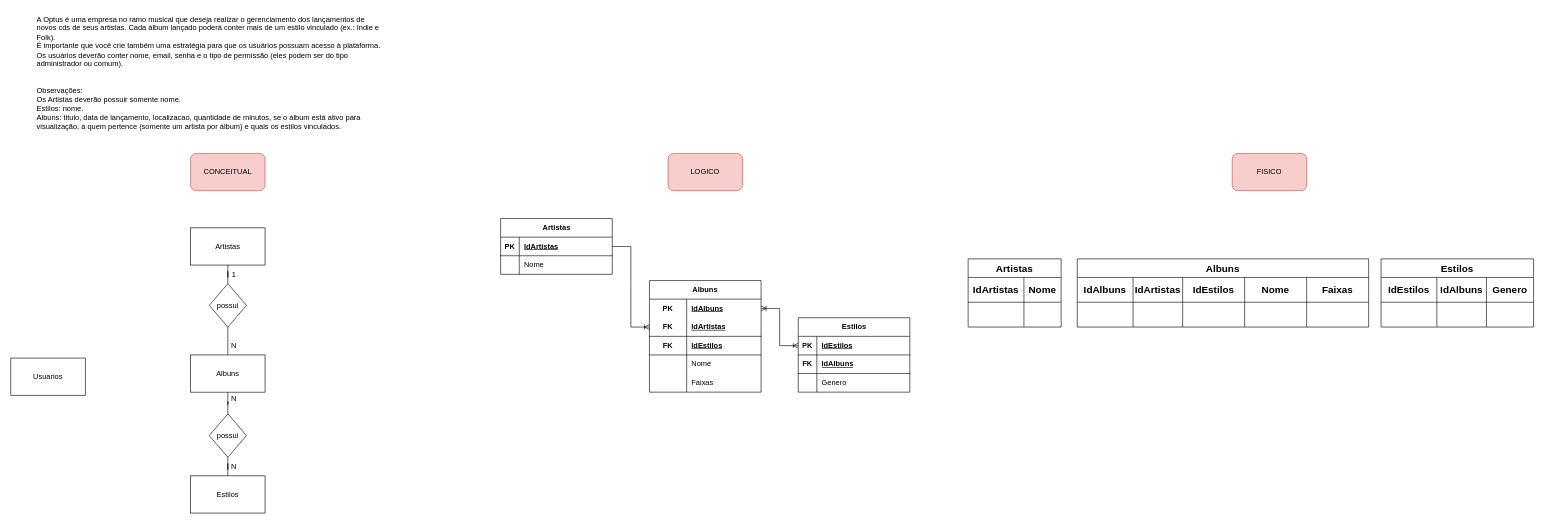
prgfe/senai_sprint1_bd keeps this draw.io diagram as 1.4_optus/1.4.drawio. Above is the earlier version. Source tidied: cells renumbered, new cells numbered last; positions are measured from the earlier drawing's top-left corner, leaving out a move shared by most shapes. Both pictures are drawn from the tidied source at 62%, with x=0, y=0 at pixel (11, 11).
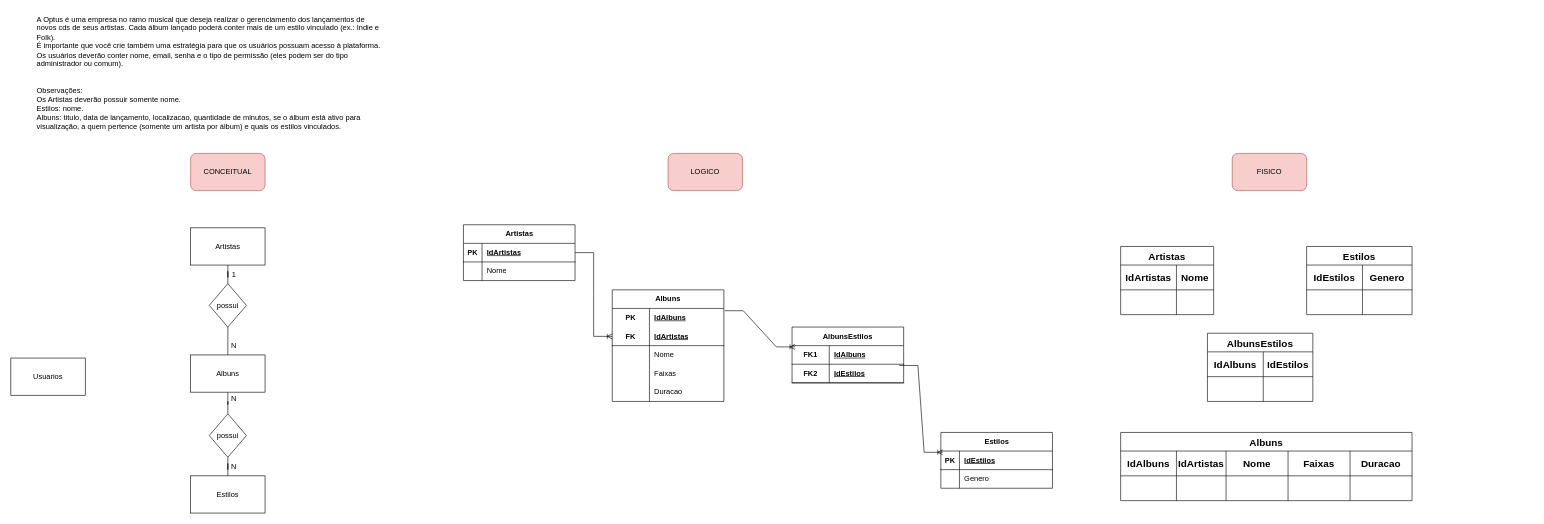
After the change.

The change refers to these unchanged cells:
```xml
<mxCell id="28" style="shape=tableRow;horizontal=0;startSize=0;swimlaneHead=0;swimlaneBody=0;fillColor=none;points=[[0,0.5],[1,0.5]];portConstraint=eastwest;top=0;left=0;right=0;bottom=0;html=1;" parent="27" vertex="1">
  <mxGeometry y="30" width="180" height="30" as="geometry" />
</mxCell>
<mxCell id="44" style="shape=tableRow;horizontal=0;startSize=0;swimlaneHead=0;swimlaneBody=0;fillColor=none;points=[[0,0.5],[1,0.5]];portConstraint=eastwest;top=0;left=0;right=0;bottom=1;" parent="43" vertex="1">
  <mxGeometry y="30" width="180" height="30" as="geometry" />
</mxCell>
<mxCell id="63" style="shape=tableRow;horizontal=0;startSize=0;swimlaneHead=0;swimlaneBody=0;strokeColor=inherit;top=0;left=0;bottom=0;right=0;fillColor=none;fontSize=16;" parent="62" vertex="1">
  <mxGeometry y="30" width="470" height="40" as="geometry" />
</mxCell>
```

Change to the diagram source:
```diff
@@
     <mxCell id="20" value="Artistas" style="shape=table;startSize=30;childLayout=tableLayout;rowLines=0;fontStyle=1;align=center;html=1;" parent="1" vertex="1">
-      <mxGeometry x="790" y="335" width="180" height="90" as="geometry" />
+      <mxGeometry x="730" y="345" width="180" height="90" as="geometry" />
     </mxCell>
@@
     <mxCell id="27" value="Albuns" style="shape=table;startSize=30;childLayout=tableLayout;rowLines=0;fontStyle=1;align=center;html=1;whiteSpace=wrap;" parent="1" vertex="1">
-      <mxGeometry x="1030" y="435" width="180" height="180" as="geometry" />
+      <mxGeometry x="970" y="450" width="180" height="180" as="geometry" />
     </mxCell>
@@
-    <mxCell id="34" style="shape=tableRow;horizontal=0;startSize=0;swimlaneHead=0;swimlaneBody=0;fillColor=none;top=0;left=0;right=0;bottom=1;html=1;" parent="27" vertex="1">
-      <mxGeometry y="90" width="180" height="30" as="geometry" />
-    </mxCell>
-    <mxCell id="35" value="FK" style="shape=partialRectangle;fillColor=none;top=0;left=0;bottom=0;right=0;fontStyle=1;overflow=hidden;html=1;whiteSpace=wrap;" parent="34" vertex="1">
-      <mxGeometry width="60" height="30" as="geometry" />
-    </mxCell>
-    <mxCell id="36" value="IdEstilos" style="shape=partialRectangle;fillColor=none;top=0;left=0;bottom=0;right=0;align=left;spacingLeft=6;fontStyle=5;overflow=hidden;html=1;whiteSpace=wrap;" parent="34" vertex="1">
-      <mxGeometry x="60" width="120" height="30" as="geometry" />
-    </mxCell>
     <mxCell id="37" style="shape=tableRow;horizontal=0;startSize=0;swimlaneHead=0;swimlaneBody=0;fillColor=none;top=0;left=0;right=0;bottom=0;html=1;" parent="27" vertex="1">
-      <mxGeometry y="120" width="180" height="30" as="geometry" />
+      <mxGeometry y="90" width="180" height="30" as="geometry" />
     </mxCell>
@@
     <mxCell id="40" style="shape=tableRow;horizontal=0;startSize=0;swimlaneHead=0;swimlaneBody=0;fillColor=none;top=0;left=0;right=0;bottom=0;html=1;" parent="27" vertex="1">
-      <mxGeometry y="150" width="180" height="30" as="geometry" />
+      <mxGeometry y="120" width="180" height="30" as="geometry" />
     </mxCell>
@@
+    <mxCell id="84" style="shape=tableRow;horizontal=0;startSize=0;swimlaneHead=0;swimlaneBody=0;fillColor=none;top=0;left=0;right=0;bottom=0;html=1;" parent="27" vertex="1">
+      <mxGeometry y="150" width="180" height="30" as="geometry" />
+    </mxCell>
+    <mxCell id="85" style="shape=partialRectangle;fillColor=none;top=0;left=0;bottom=0;right=0;overflow=hidden;html=1;whiteSpace=wrap;" parent="84" vertex="1">
+      <mxGeometry width="60" height="30" as="geometry" />
+    </mxCell>
+    <mxCell id="86" value="Duracao" style="shape=partialRectangle;fillColor=none;top=0;left=0;bottom=0;right=0;align=left;spacingLeft=6;overflow=hidden;html=1;whiteSpace=wrap;" parent="84" vertex="1">
+      <mxGeometry x="60" width="120" height="30" as="geometry" />
+    </mxCell>
     <mxCell id="43" value="Estilos" style="shape=table;startSize=30;childLayout=tableLayout;rowLines=0;fontStyle=1;align=center;html=1;" parent="1" vertex="1">
-      <mxGeometry x="1270" y="495" width="180" height="120" as="geometry" />
+      <mxGeometry x="1500" y="680" width="180" height="90" as="geometry" />
     </mxCell>
@@
-    <mxCell id="47" style="shape=tableRow;horizontal=0;startSize=0;swimlaneHead=0;swimlaneBody=0;fillColor=none;top=0;left=0;right=0;bottom=1;" parent="43" vertex="1">
-      <mxGeometry y="60" width="180" height="30" as="geometry" />
-    </mxCell>
-    <mxCell id="48" value="FK" style="shape=partialRectangle;fillColor=none;top=0;left=0;bottom=0;right=0;fontStyle=1;overflow=hidden;whiteSpace=wrap;html=1;" parent="47" vertex="1">
-      <mxGeometry width="30" height="30" as="geometry" />
-    </mxCell>
-    <mxCell id="49" value="IdAlbuns" style="shape=partialRectangle;fillColor=none;top=0;left=0;bottom=0;right=0;align=left;spacingLeft=6;fontStyle=5;overflow=hidden;whiteSpace=wrap;html=1;" parent="47" vertex="1">
-      <mxGeometry x="30" width="150" height="30" as="geometry" />
-    </mxCell>
     <mxCell id="50" style="shape=tableRow;horizontal=0;startSize=0;swimlaneHead=0;swimlaneBody=0;fillColor=none;top=0;left=0;right=0;bottom=0;" parent="43" vertex="1">
-      <mxGeometry y="90" width="180" height="30" as="geometry" />
+      <mxGeometry y="60" width="180" height="30" as="geometry" />
     </mxCell>
@@
-    <mxCell id="54" style="edgeStyle=entityRelationEdgeStyle;fontSize=12;html=1;endArrow=ERoneToMany;startArrow=ERoneToMany;rounded=0;entryX=0;entryY=0.5;entryDx=0;entryDy=0;exitX=1;exitY=0.5;exitDx=0;exitDy=0;" parent="1" edge="1" source="28" target="44">
-      <mxGeometry relative="1" as="geometry" />
-    </mxCell>
     <mxCell id="55" value="Artistas" style="shape=table;startSize=30;childLayout=tableLayout;strokeColor=default;fontSize=16;fontStyle=1;" parent="1" vertex="1">
-      <mxGeometry x="1544" y="400" width="150" height="110" as="geometry" />
+      <mxGeometry x="1790" y="380" width="150" height="110" as="geometry" />
     </mxCell>
@@
     <mxCell id="62" value="Albuns" style="shape=table;startSize=30;childLayout=tableLayout;strokeColor=default;fontSize=16;fontStyle=1;" parent="1" vertex="1">
-      <mxGeometry x="1720" y="400" width="470" height="110" as="geometry" />
+      <mxGeometry x="1790" y="680" width="470" height="110" as="geometry" />
     </mxCell>
@@
-    <mxCell id="66" value="&lt;b&gt;IdEstilos&lt;/b&gt;" style="shape=partialRectangle;html=1;whiteSpace=wrap;strokeColor=inherit;overflow=hidden;fillColor=none;top=0;left=0;bottom=0;right=0;fontSize=16;" parent="63" vertex="1">
+    <mxCell id="66" value="&lt;b&gt;Nome&lt;/b&gt;" style="shape=partialRectangle;html=1;whiteSpace=wrap;strokeColor=inherit;overflow=hidden;fillColor=none;top=0;left=0;bottom=0;right=0;fontSize=16;" parent="63" vertex="1">
       <mxGeometry x="170" width="100" height="40" as="geometry" />
     </mxCell>
-    <mxCell id="67" value="&lt;b&gt;Nome&lt;/b&gt;" style="shape=partialRectangle;html=1;whiteSpace=wrap;strokeColor=inherit;overflow=hidden;fillColor=none;top=0;left=0;bottom=0;right=0;fontSize=16;" parent="63" vertex="1">
+    <mxCell id="67" value="&lt;b&gt;Faixas&lt;/b&gt;" style="shape=partialRectangle;html=1;whiteSpace=wrap;strokeColor=inherit;overflow=hidden;fillColor=none;top=0;left=0;bottom=0;right=0;fontSize=16;" parent="63" vertex="1">
       <mxGeometry x="270" width="100" height="40" as="geometry" />
     </mxCell>
-    <mxCell id="68" value="&lt;b&gt;Faixas&lt;/b&gt;" style="shape=partialRectangle;html=1;whiteSpace=wrap;strokeColor=inherit;overflow=hidden;fillColor=none;top=0;left=0;bottom=0;right=0;fontSize=16;" parent="63" vertex="1">
+    <mxCell id="68" value="&lt;b&gt;Duracao&lt;/b&gt;" style="shape=partialRectangle;html=1;whiteSpace=wrap;strokeColor=inherit;overflow=hidden;fillColor=none;top=0;left=0;bottom=0;right=0;fontSize=16;" parent="63" vertex="1">
       <mxGeometry x="370" width="100" height="40" as="geometry" />
     </mxCell>
@@
     <mxCell id="75" value="Estilos" style="shape=table;startSize=30;childLayout=tableLayout;strokeColor=default;fontSize=16;fontStyle=1;" parent="1" vertex="1">
-      <mxGeometry x="2210" y="400" width="246" height="110" as="geometry" />
+      <mxGeometry x="2090" y="380" width="170" height="110" as="geometry" />
     </mxCell>
     <mxCell id="76" style="shape=tableRow;horizontal=0;startSize=0;swimlaneHead=0;swimlaneBody=0;strokeColor=inherit;top=0;left=0;bottom=0;right=0;fillColor=none;fontSize=16;" parent="75" vertex="1">
-      <mxGeometry y="30" width="246" height="40" as="geometry" />
+      <mxGeometry y="30" width="170" height="40" as="geometry" />
     </mxCell>
@@
-    <mxCell id="78" value="&lt;b&gt;IdAlbuns&lt;/b&gt;" style="shape=partialRectangle;html=1;whiteSpace=wrap;strokeColor=inherit;overflow=hidden;fillColor=none;top=0;left=0;bottom=0;right=0;fontSize=16;" parent="76" vertex="1">
+    <mxCell id="78" value="&lt;b&gt;Genero&lt;/b&gt;" style="shape=partialRectangle;html=1;whiteSpace=wrap;strokeColor=inherit;overflow=hidden;fillColor=none;top=0;left=0;bottom=0;right=0;fontSize=16;" parent="76" vertex="1">
       <mxGeometry x="90" width="80" height="40" as="geometry" />
     </mxCell>
-    <mxCell id="79" value="&lt;b&gt;Genero&lt;/b&gt;" style="shape=partialRectangle;html=1;whiteSpace=wrap;strokeColor=inherit;overflow=hidden;fillColor=none;top=0;left=0;bottom=0;right=0;fontSize=16;" parent="76" vertex="1">
-      <mxGeometry x="170" width="76" height="40" as="geometry" />
-    </mxCell>
     <mxCell id="80" style="shape=tableRow;horizontal=0;startSize=0;swimlaneHead=0;swimlaneBody=0;strokeColor=inherit;top=0;left=0;bottom=0;right=0;fillColor=none;fontSize=16;" parent="75" vertex="1">
-      <mxGeometry y="70" width="246" height="40" as="geometry" />
+      <mxGeometry y="70" width="170" height="40" as="geometry" />
     </mxCell>
@@
-    <mxCell id="83" style="shape=partialRectangle;html=1;whiteSpace=wrap;strokeColor=inherit;overflow=hidden;fillColor=none;top=0;left=0;bottom=0;right=0;fontSize=16;" parent="80" vertex="1">
-      <mxGeometry x="170" width="76" height="40" as="geometry" />
-    </mxCell>
+    <mxCell id="87" value="AlbunsEstilos" style="shape=table;startSize=30;childLayout=tableLayout;rowLines=0;fontStyle=1;align=center;html=1;whiteSpace=wrap;" parent="1" vertex="1">
+      <mxGeometry x="1260" y="510" width="180" height="90" as="geometry" />
+    </mxCell>
+    <mxCell id="88" style="shape=tableRow;horizontal=0;startSize=0;swimlaneHead=0;swimlaneBody=0;fillColor=none;points=[[0,0.5],[1,0.5]];portConstraint=eastwest;top=0;left=0;right=0;bottom=1;html=1;" parent="87" vertex="1">
+      <mxGeometry y="30" width="180" height="30" as="geometry" />
+    </mxCell>
+    <mxCell id="89" value="FK1" style="shape=partialRectangle;fillColor=none;top=0;left=0;bottom=0;right=0;fontStyle=1;overflow=hidden;html=1;whiteSpace=wrap;" parent="88" vertex="1">
+      <mxGeometry width="60" height="30" as="geometry" />
+    </mxCell>
+    <mxCell id="90" value="IdAlbuns" style="shape=partialRectangle;fillColor=none;top=0;left=0;bottom=0;right=0;align=left;spacingLeft=6;fontStyle=5;overflow=hidden;html=1;whiteSpace=wrap;" parent="88" vertex="1">
+      <mxGeometry x="60" width="120" height="30" as="geometry" />
+    </mxCell>
+    <mxCell id="91" style="shape=tableRow;horizontal=0;startSize=0;swimlaneHead=0;swimlaneBody=0;fillColor=none;points=[[0,0.5],[1,0.5]];portConstraint=eastwest;top=0;left=0;right=0;bottom=1;html=1;" parent="87" vertex="1">
+      <mxGeometry y="60" width="180" height="30" as="geometry" />
+    </mxCell>
+    <mxCell id="92" value="FK2" style="shape=partialRectangle;fillColor=none;top=0;left=0;bottom=0;right=0;fontStyle=1;overflow=hidden;html=1;whiteSpace=wrap;" parent="91" vertex="1">
+      <mxGeometry width="60" height="30" as="geometry" />
+    </mxCell>
+    <mxCell id="36" value="IdEstilos" style="shape=partialRectangle;fillColor=none;top=0;left=0;bottom=0;right=0;align=left;spacingLeft=6;fontStyle=5;overflow=hidden;html=1;whiteSpace=wrap;" parent="91" vertex="1">
+      <mxGeometry x="60" width="120" height="30" as="geometry" />
+    </mxCell>
+    <mxCell id="93" style="edgeStyle=entityRelationEdgeStyle;fontSize=12;html=1;endArrow=ERoneToMany;rounded=0;exitX=1.007;exitY=0.122;exitDx=0;exitDy=0;exitPerimeter=0;entryX=0.026;entryY=0.067;entryDx=0;entryDy=0;entryPerimeter=0;" parent="1" edge="1" source="28" target="88">
+      <mxGeometry relative="1" as="geometry" />
+    </mxCell>
+    <mxCell id="94" style="edgeStyle=entityRelationEdgeStyle;fontSize=12;html=1;endArrow=ERoneToMany;rounded=0;exitX=0.961;exitY=0.067;exitDx=0;exitDy=0;exitPerimeter=0;entryX=0.017;entryY=0.067;entryDx=0;entryDy=0;entryPerimeter=0;" parent="1" edge="1" source="91" target="44">
+      <mxGeometry relative="1" as="geometry" />
+    </mxCell>
+    <mxCell id="95" value="AlbunsEstilos" style="shape=table;startSize=30;childLayout=tableLayout;strokeColor=default;fontSize=16;fontStyle=1;" parent="1" vertex="1">
+      <mxGeometry x="1930" y="520" width="170" height="110" as="geometry" />
+    </mxCell>
+    <mxCell id="96" style="shape=tableRow;horizontal=0;startSize=0;swimlaneHead=0;swimlaneBody=0;strokeColor=inherit;top=0;left=0;bottom=0;right=0;fillColor=none;fontSize=16;" parent="95" vertex="1">
+      <mxGeometry y="30" width="170" height="40" as="geometry" />
+    </mxCell>
+    <mxCell id="97" value="&lt;b&gt;IdAlbuns&lt;/b&gt;" style="shape=partialRectangle;html=1;whiteSpace=wrap;strokeColor=inherit;overflow=hidden;fillColor=none;top=0;left=0;bottom=0;right=0;fontSize=16;" parent="96" vertex="1">
+      <mxGeometry width="90" height="40" as="geometry" />
+    </mxCell>
+    <mxCell id="98" value="&lt;b&gt;IdEstilos&lt;/b&gt;" style="shape=partialRectangle;html=1;whiteSpace=wrap;strokeColor=inherit;overflow=hidden;fillColor=none;top=0;left=0;bottom=0;right=0;fontSize=16;" parent="96" vertex="1">
+      <mxGeometry x="90" width="80" height="40" as="geometry" />
+    </mxCell>
+    <mxCell id="99" style="shape=tableRow;horizontal=0;startSize=0;swimlaneHead=0;swimlaneBody=0;strokeColor=inherit;top=0;left=0;bottom=0;right=0;fillColor=none;fontSize=16;" parent="95" vertex="1">
+      <mxGeometry y="70" width="170" height="40" as="geometry" />
+    </mxCell>
+    <mxCell id="100" style="shape=partialRectangle;html=1;whiteSpace=wrap;strokeColor=inherit;overflow=hidden;fillColor=none;top=0;left=0;bottom=0;right=0;fontSize=16;" parent="99" vertex="1">
+      <mxGeometry width="90" height="40" as="geometry" />
+    </mxCell>
+    <mxCell id="101" style="shape=partialRectangle;html=1;whiteSpace=wrap;strokeColor=inherit;overflow=hidden;fillColor=none;top=0;left=0;bottom=0;right=0;fontSize=16;" parent="99" vertex="1">
+      <mxGeometry x="90" width="80" height="40" as="geometry" />
+    </mxCell>
```
